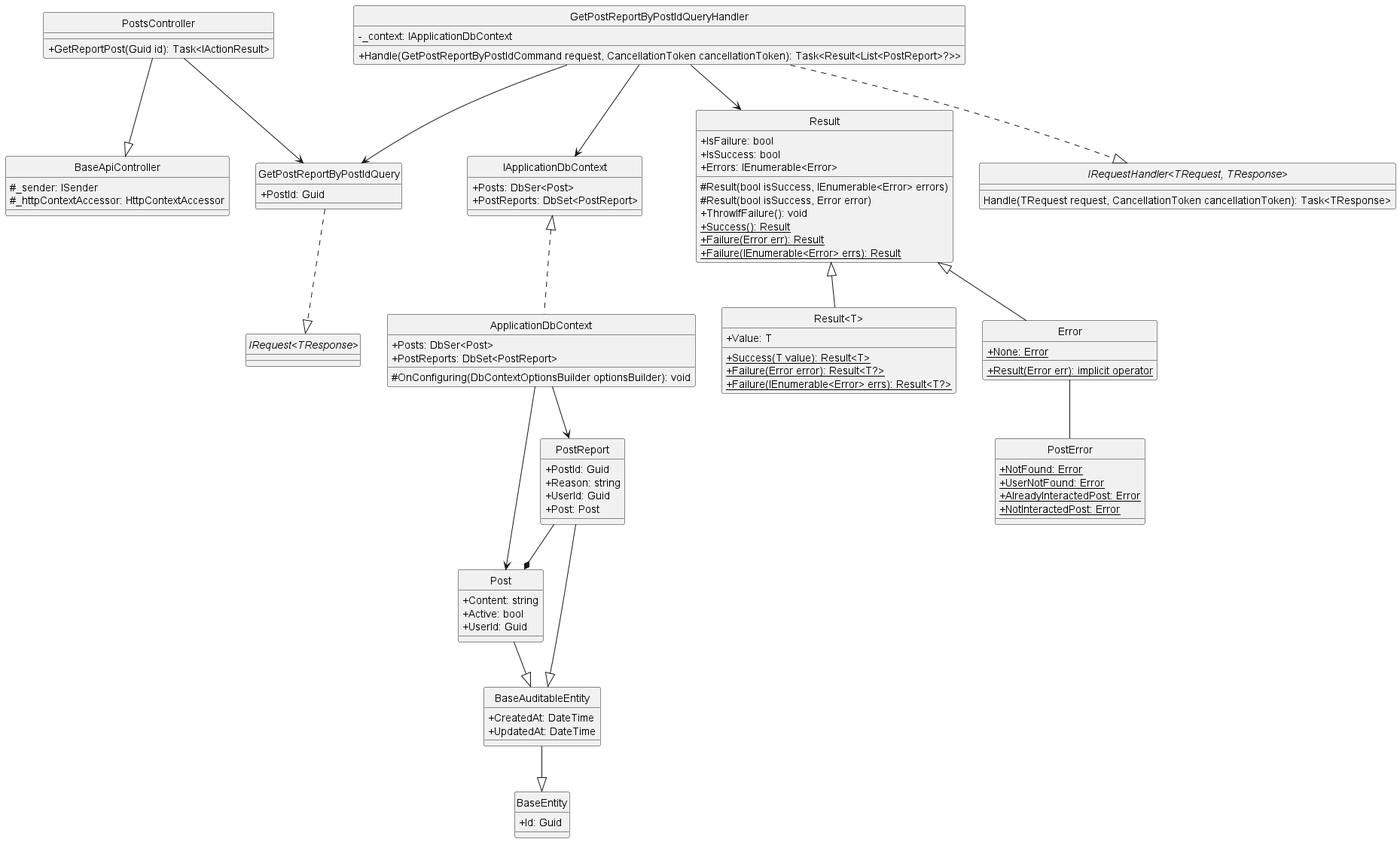
Earlier version of the PlantUML export docs/Class Diagram/Post/Post/GetReportPostByPostId/ClassDiagram/getReportPostByPostId.png (Carl-Johnsons/Chat-Application).
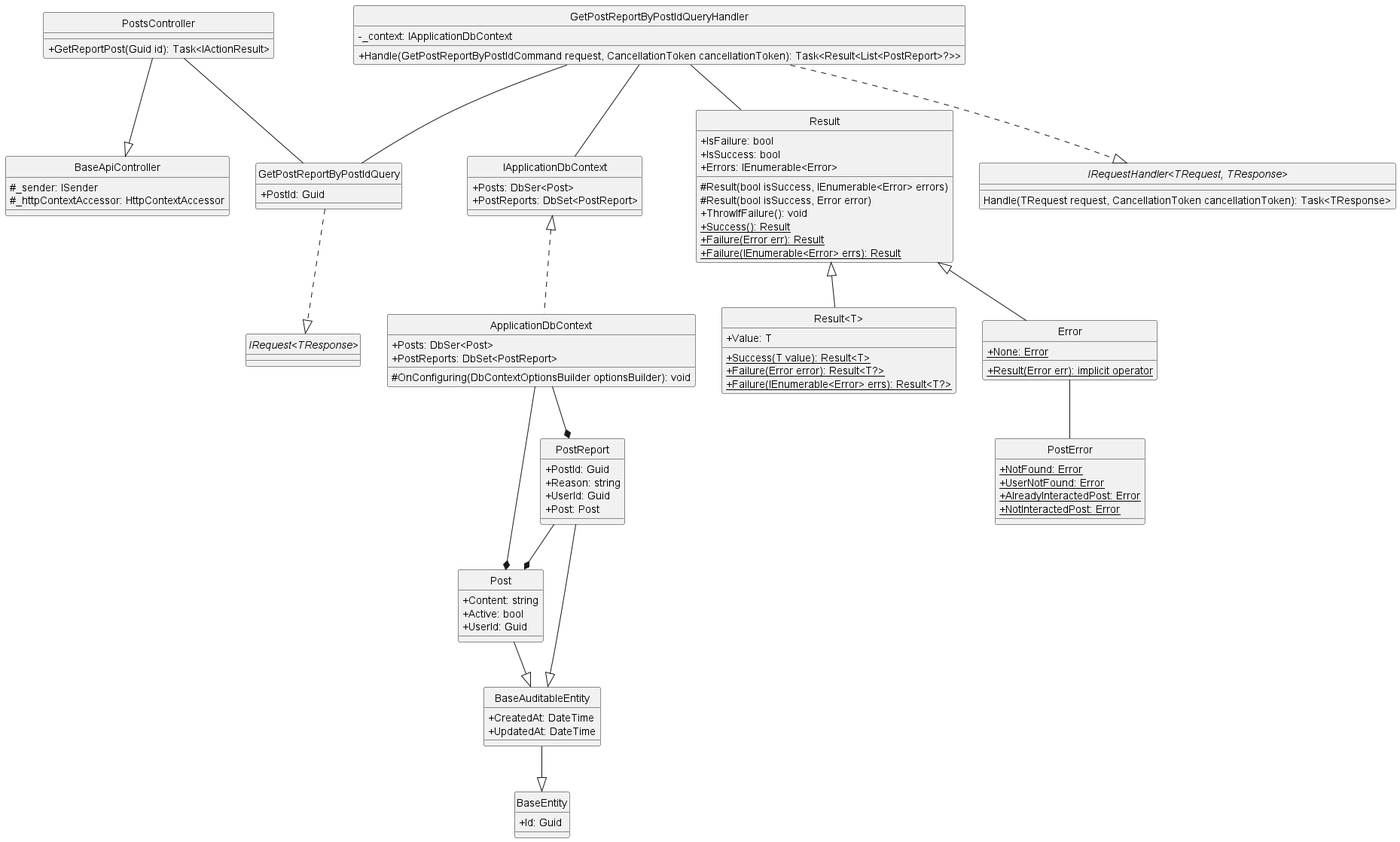
After the commit.

What changed in the source:
```diff
@@ -90,12 +90,12 @@
 }
 
 PostsController --|> BaseApiController
-PostsController --> GetPostReportByPostIdQuery
+PostsController -- GetPostReportByPostIdQuery
 GetPostReportByPostIdQuery ..|> "IRequest<TResponse>"
 GetPostReportByPostIdQueryHandler ..|> "IRequestHandler<TRequest, TResponse>"
-GetPostReportByPostIdQueryHandler --> GetPostReportByPostIdQuery
-GetPostReportByPostIdQueryHandler --> Result
-GetPostReportByPostIdQueryHandler --> IApplicationDbContext
+GetPostReportByPostIdQueryHandler -- GetPostReportByPostIdQuery
+GetPostReportByPostIdQueryHandler -- Result
+GetPostReportByPostIdQueryHandler -- IApplicationDbContext
 Result <|-- Error
 Result <|-- "Result<T>"
 Error -- PostError
@@ -104,6 +104,6 @@
 BaseAuditableEntity --|> BaseEntity
 PostReport --* Post
 IApplicationDbContext <|.. ApplicationDbContext
-ApplicationDbContext --> Post
-ApplicationDbContext --> PostReport
+ApplicationDbContext --* Post
+ApplicationDbContext --* PostReport
 @enduml
```
